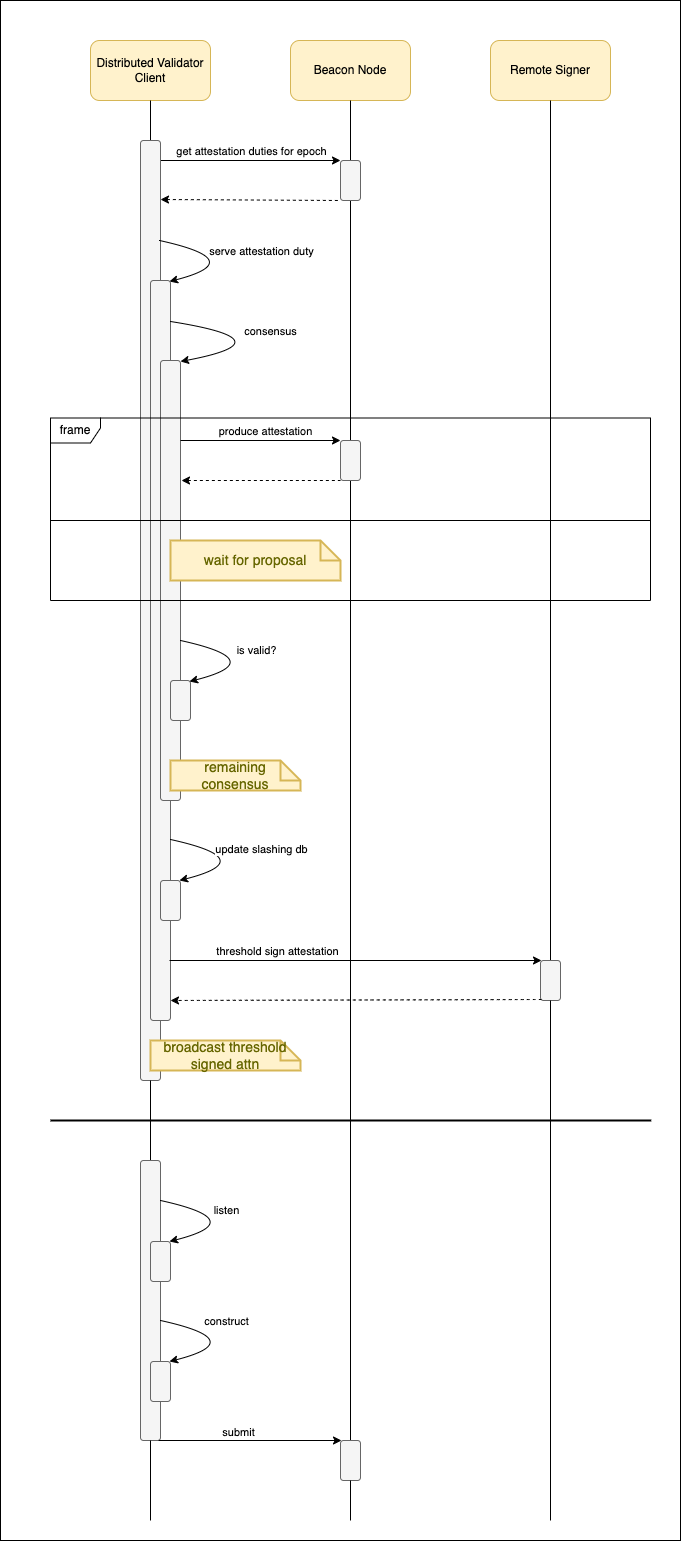
Before: src/dvspec/figures/dv-attestation-production-process.png, a diagram exported from draw.io (ethereum/distributed-validator-specs). Source tidied: cells renumbered, new cells last; positions are measured from the earlier drawing's top-left corner, leaving out a move shared by most shapes.
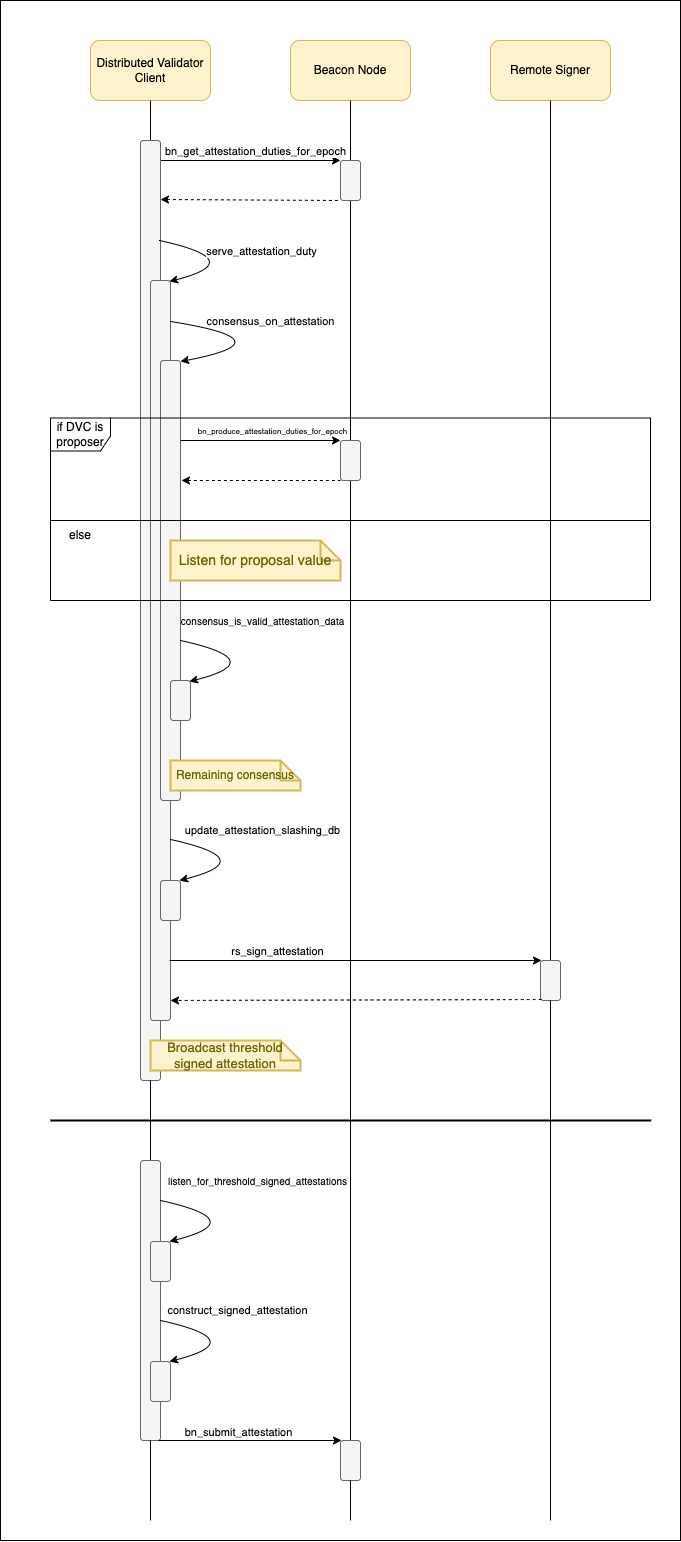
The same file after the commit.

Commit message:
Clean up figures

What changed in the source:
```diff
@@ -33,9 +33,9 @@
         <mxPoint x="158" y="160" as="targetPoint" />
       </mxGeometry>
     </mxCell>
-    <mxCell id="11" value="get attestation duties for epoch" style="edgeLabel;html=1;align=center;verticalAlign=middle;" parent="10" vertex="1">
+    <mxCell id="11" value="bn_get_attestation_duties_for_epoch" style="edgeLabel;html=1;align=center;verticalAlign=middle;" parent="10" vertex="1">
       <mxGeometry x="0.17" y="4" relative="1" as="geometry">
-        <mxPoint x="17" y="-14" as="offset" />
+        <mxPoint x="21" y="-14" as="offset" />
       </mxGeometry>
     </mxCell>
     <mxCell id="12" style="rounded=1;whiteSpace=wrap;html=1;fillColor=#f5f5f5;fontColor=#333333;strokeColor=#666666;" parent="1" vertex="1">
@@ -56,7 +56,7 @@
         </Array>
       </mxGeometry>
     </mxCell>
-    <mxCell id="16" value="serve attestation duty" style="edgeLabel;html=1;align=center;verticalAlign=middle;" parent="15" vertex="1">
+    <mxCell id="16" value="serve_attestation_duty" style="edgeLabel;html=1;align=center;verticalAlign=middle;" parent="15" vertex="1">
       <mxGeometry x="0.17" y="4" relative="1" as="geometry">
         <mxPoint x="19" y="-16" as="offset" />
       </mxGeometry>
@@ -77,9 +77,9 @@
         <mxPoint x="180" y="440" as="targetPoint" />
       </mxGeometry>
     </mxCell>
-    <mxCell id="21" value="produce attestation" style="edgeLabel;html=1;align=center;verticalAlign=middle;" parent="20" vertex="1">
+    <mxCell id="21" value="bn_produce_attestation_duties_for_epoch" style="edgeLabel;html=1;align=center;verticalAlign=middle;fontSize=8;" parent="20" vertex="1">
       <mxGeometry x="0.17" y="4" relative="1" as="geometry">
-        <mxPoint x="17" y="-14" as="offset" />
+        <mxPoint x="24" y="-14" as="offset" />
       </mxGeometry>
     </mxCell>
     <mxCell id="22" style="rounded=1;whiteSpace=wrap;html=1;fillColor=#f5f5f5;fontColor=#333333;strokeColor=#666666;" parent="1" vertex="1">
@@ -88,12 +88,9 @@
     <mxCell id="23" style="line;strokeWidth=1;fillColor=none;align=left;verticalAlign=middle;spacingTop=-1;spacingLeft=3;spacingRight=3;labelPosition=right;" parent="1" vertex="1">
       <mxGeometry x="50" y="516" width="600" height="8" as="geometry" />
     </mxCell>
-    <mxCell id="24" value="wait for proposal" style="shape=note;strokeWidth=2;fontSize=14;size=20;whiteSpace=wrap;html=1;fillColor=#fff2cc;strokeColor=#d6b656;fontColor=#666600;" parent="1" vertex="1">
+    <mxCell id="24" value="Listen for proposal value" style="shape=note;strokeWidth=2;fontSize=14;size=20;whiteSpace=wrap;html=1;fillColor=#fff2cc;strokeColor=#d6b656;fontColor=#666600;" parent="1" vertex="1">
       <mxGeometry x="170" y="540" width="170" height="40" as="geometry" />
     </mxCell>
-    <mxCell id="25" value="frame" style="shape=umlFrame;whiteSpace=wrap;html=1;fillColor=none;width=50;height=25;" parent="1" vertex="1">
-      <mxGeometry x="50" y="417.5" width="600" height="182.5" as="geometry" />
-    </mxCell>
     <mxCell id="26" style="rounded=1;whiteSpace=wrap;html=1;fillColor=#f5f5f5;fontColor=#333333;strokeColor=#666666;" parent="1" vertex="1">
       <mxGeometry x="170" y="680" width="20" height="40" as="geometry" />
     </mxCell>
@@ -106,9 +103,9 @@
         </Array>
       </mxGeometry>
     </mxCell>
-    <mxCell id="28" value="is valid?" style="edgeLabel;html=1;align=center;verticalAlign=middle;" parent="27" vertex="1">
+    <mxCell id="28" value="consensus_is_valid_attestation_data" style="edgeLabel;html=1;align=center;verticalAlign=middle;fontSize=10;" parent="27" vertex="1">
       <mxGeometry x="0.17" y="4" relative="1" as="geometry">
-        <mxPoint x="-7" y="-17" as="offset" />
+        <mxPoint x="-1" y="-47" as="offset" />
       </mxGeometry>
     </mxCell>
     <mxCell id="29" style="endArrow=classic;html=1;curved=1;" parent="1" edge="1">
@@ -120,12 +117,12 @@
         </Array>
       </mxGeometry>
     </mxCell>
-    <mxCell id="30" value="consensus" style="edgeLabel;html=1;align=center;verticalAlign=middle;" parent="29" vertex="1">
+    <mxCell id="30" value="consensus_on_attestation" style="edgeLabel;html=1;align=center;verticalAlign=middle;" parent="29" vertex="1">
       <mxGeometry x="0.17" y="4" relative="1" as="geometry">
-        <mxPoint x="-7" y="-17" as="offset" />
+        <mxPoint x="-7" y="-27" as="offset" />
       </mxGeometry>
     </mxCell>
-    <mxCell id="31" value="remaining consensus" style="shape=note;strokeWidth=2;fontSize=14;size=20;whiteSpace=wrap;html=1;fillColor=#fff2cc;strokeColor=#d6b656;fontColor=#666600;" parent="1" vertex="1">
+    <mxCell id="31" value="Remaining consensus" style="shape=note;strokeWidth=2;fontSize=12;size=20;whiteSpace=wrap;html=1;fillColor=#fff2cc;strokeColor=#d6b656;fontColor=#666600;" parent="1" vertex="1">
       <mxGeometry x="170" y="760" width="130" height="30" as="geometry" />
     </mxCell>
     <mxCell id="32" style="rounded=1;whiteSpace=wrap;html=1;fillColor=#f5f5f5;fontColor=#333333;strokeColor=#666666;" parent="1" vertex="1">
@@ -140,9 +137,9 @@
         </Array>
       </mxGeometry>
     </mxCell>
-    <mxCell id="34" value="update slashing db" style="edgeLabel;html=1;align=center;verticalAlign=middle;" parent="33" vertex="1">
+    <mxCell id="34" value="update_attestation_slashing_db" style="edgeLabel;html=1;align=center;verticalAlign=middle;" parent="33" vertex="1">
       <mxGeometry x="0.17" y="4" relative="1" as="geometry">
-        <mxPoint x="8" y="-17" as="offset" />
+        <mxPoint x="9" y="-36" as="offset" />
       </mxGeometry>
     </mxCell>
     <mxCell id="35" style="rounded=1;whiteSpace=wrap;html=1;fillColor=#f5f5f5;fontColor=#333333;strokeColor=#666666;" parent="1" vertex="1">
@@ -159,7 +156,7 @@
         <mxPoint x="541" y="960" as="targetPoint" />
       </mxGeometry>
     </mxCell>
-    <mxCell id="38" value="threshold sign attestation" style="edgeLabel;html=1;align=center;verticalAlign=middle;" parent="37" vertex="1">
+    <mxCell id="38" value="rs_sign_attestation" style="edgeLabel;html=1;align=center;verticalAlign=middle;" parent="37" vertex="1">
       <mxGeometry x="-0.43" y="1" relative="1" as="geometry">
         <mxPoint y="-9" as="offset" />
       </mxGeometry>
@@ -170,7 +167,7 @@
         <mxPoint x="170" y="1000" as="targetPoint" />
       </mxGeometry>
     </mxCell>
-    <mxCell id="40" value="broadcast threshold signed attn" style="shape=note;strokeWidth=2;fontSize=14;size=20;whiteSpace=wrap;html=1;fillColor=#fff2cc;strokeColor=#d6b656;fontColor=#666600;" parent="1" vertex="1">
+    <mxCell id="40" value="Broadcast threshold signed attestation" style="shape=note;strokeWidth=2;fontSize=13;size=20;whiteSpace=wrap;html=1;fillColor=#fff2cc;strokeColor=#d6b656;fontColor=#666600;" parent="1" vertex="1">
       <mxGeometry x="150" y="1040" width="150" height="30" as="geometry" />
     </mxCell>
     <mxCell id="41" style="endArrow=none;html=1;curved=1;strokeWidth=2;" parent="1" edge="1">
@@ -199,9 +196,9 @@
         </Array>
       </mxGeometry>
     </mxCell>
-    <mxCell id="46" value="listen" style="edgeLabel;html=1;align=center;verticalAlign=middle;" parent="45" vertex="1">
+    <mxCell id="46" value="listen_for_threshold_signed_attestations" style="edgeLabel;html=1;align=center;verticalAlign=middle;fontSize=10;" parent="45" vertex="1">
       <mxGeometry x="0.17" y="4" relative="1" as="geometry">
-        <mxPoint x="-17" y="-17" as="offset" />
+        <mxPoint x="14" y="-47" as="offset" />
       </mxGeometry>
     </mxCell>
     <mxCell id="47" style="rounded=1;whiteSpace=wrap;html=1;fillColor=#f5f5f5;fontColor=#333333;strokeColor=#666666;" parent="1" vertex="1">
@@ -216,9 +213,9 @@
         </Array>
       </mxGeometry>
     </mxCell>
-    <mxCell id="49" value="construct" style="edgeLabel;html=1;align=center;verticalAlign=middle;" parent="48" vertex="1">
+    <mxCell id="49" value="construct_signed_attestation" style="edgeLabel;html=1;align=center;verticalAlign=middle;" parent="48" vertex="1">
       <mxGeometry x="0.17" y="4" relative="1" as="geometry">
-        <mxPoint x="-17" y="-26" as="offset" />
+        <mxPoint x="-6" y="-37" as="offset" />
       </mxGeometry>
     </mxCell>
     <mxCell id="50" style="endArrow=classic;html=1;strokeWidth=1;curved=1;" parent="1" edge="1">
@@ -227,7 +224,7 @@
         <mxPoint x="341" y="1440" as="targetPoint" />
       </mxGeometry>
     </mxCell>
-    <mxCell id="51" value="submit" style="edgeLabel;html=1;align=center;verticalAlign=middle;" parent="50" vertex="1">
+    <mxCell id="51" value="bn_submit_attestation" style="edgeLabel;html=1;align=center;verticalAlign=middle;" parent="50" vertex="1">
       <mxGeometry x="-0.32" y="3" relative="1" as="geometry">
         <mxPoint x="16" y="-6" as="offset" />
       </mxGeometry>
@@ -240,5 +237,11 @@
         <mxPoint x="350" y="1520" as="sourcePoint" />
       </mxGeometry>
     </mxCell>
+    <mxCell id="25" value="if DVC is proposer" style="shape=umlFrame;whiteSpace=wrap;html=1;fillColor=none;width=60;height=33;" parent="1" vertex="1">
+      <mxGeometry x="50" y="417.5" width="600" height="182.5" as="geometry" />
+    </mxCell>
+    <mxCell id="54" value="else" style="text;html=1;strokeColor=none;fillColor=none;align=center;verticalAlign=middle;whiteSpace=wrap;rounded=0;fontSize=12;" parent="1" vertex="1">
+      <mxGeometry x="50" y="520" width="60" height="30" as="geometry" />
+    </mxCell>
   </root>
 </mxGraphModel>
```
